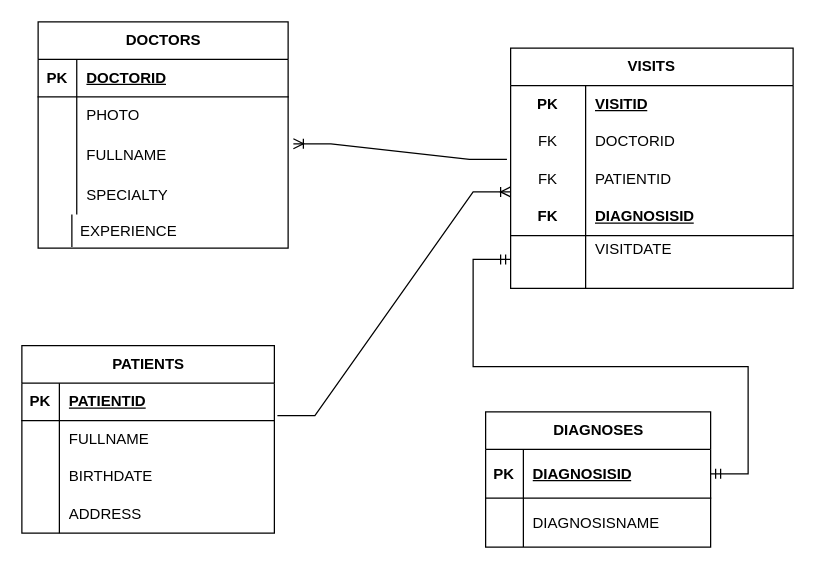
ekkosolapova/- keeps this draw.io diagram as page "Страница — 2" (2 of 2) of Диаграмма без названия.drawio. Above is the earlier version. Source tidied: cells renumbered, new cells numbered last; positions are measured from the earlier drawing's top-left corner, leaving out a move shared by most shapes. Both pictures are drawn from the tidied source at 125%, with x=0, y=0 at pixel (21, 21).
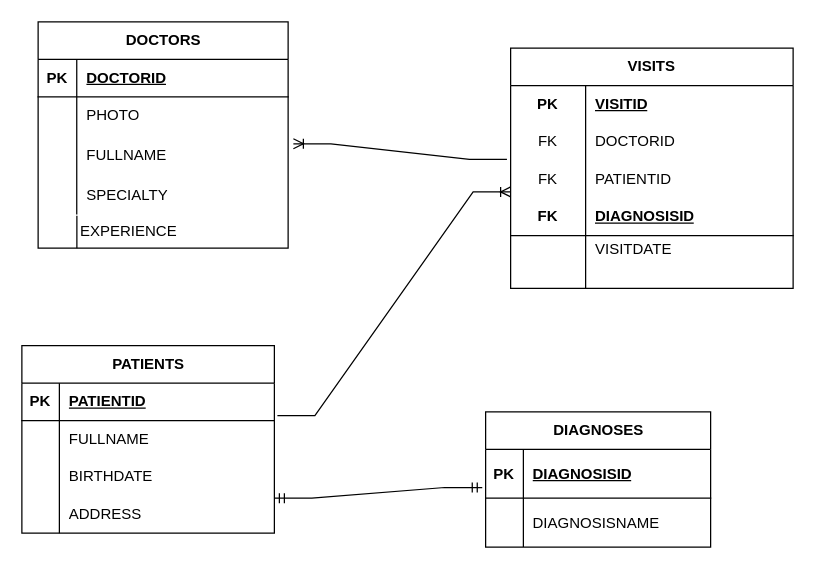
Above is the later version.

The change refers to these unchanged cells:
```xml
<mxCell id="50" style="shape=tableRow;horizontal=0;startSize=0;swimlaneHead=0;swimlaneBody=0;fillColor=none;points=[[0,0.5],[1,0.5]];portConstraint=eastwest;top=0;left=0;right=0;bottom=1;" parent="49" vertex="1">
  <mxGeometry y="30" width="180" height="39" as="geometry" />
</mxCell>
```

Change to the diagram source:
```diff
@@
     <mxCell id="16" style="endArrow=none;html=1;rounded=0;" parent="1" edge="1">
       <mxGeometry relative="1" as="geometry">
-        <mxPoint x="40" y="180" as="sourcePoint" />
-        <mxPoint x="40" y="154" as="targetPoint" />
+        <mxPoint x="44" y="181" as="sourcePoint" />
+        <mxPoint x="44" y="155" as="targetPoint" />
       </mxGeometry>
     </mxCell>
@@
-    <mxCell id="56" style="edgeStyle=entityRelationEdgeStyle;fontSize=12;html=1;endArrow=ERmandOne;startArrow=ERmandOne;rounded=0;exitX=1;exitY=0.5;exitDx=0;exitDy=0;" parent="1" edge="1" source="50">
-      <mxGeometry relative="1" as="geometry">
-        <mxPoint x="391" y="190" as="targetPoint" />
-      </mxGeometry>
-    </mxCell>
@@
+    <mxCell id="59" style="edgeStyle=entityRelationEdgeStyle;fontSize=12;html=1;endArrow=ERmandOne;startArrow=ERmandOne;rounded=0;entryX=-0.015;entryY=0.782;entryDx=0;entryDy=0;entryPerimeter=0;" parent="1" edge="1" target="50">
+      <mxGeometry relative="1" as="geometry">
+        <mxPoint x="202" y="381" as="sourcePoint" />
+      </mxGeometry>
+    </mxCell>
```
